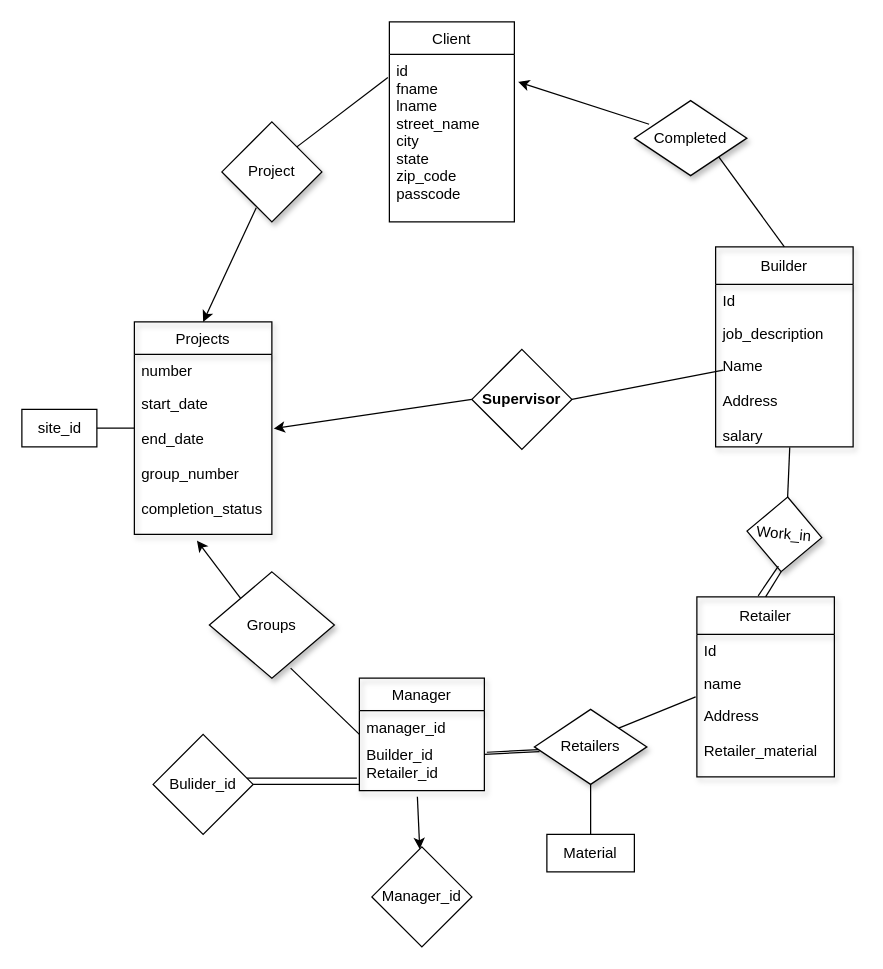
Above: ER.drawio in anjana02/Construction_Management_Project (draw.io), before the change. Source tidied: cells renumbered, new cells numbered last; positions are measured from the earlier drawing's top-left corner, leaving out a move shared by most shapes. Both pictures are drawn from the tidied source at 125%, with x=0, y=0 at pixel (21, 21).
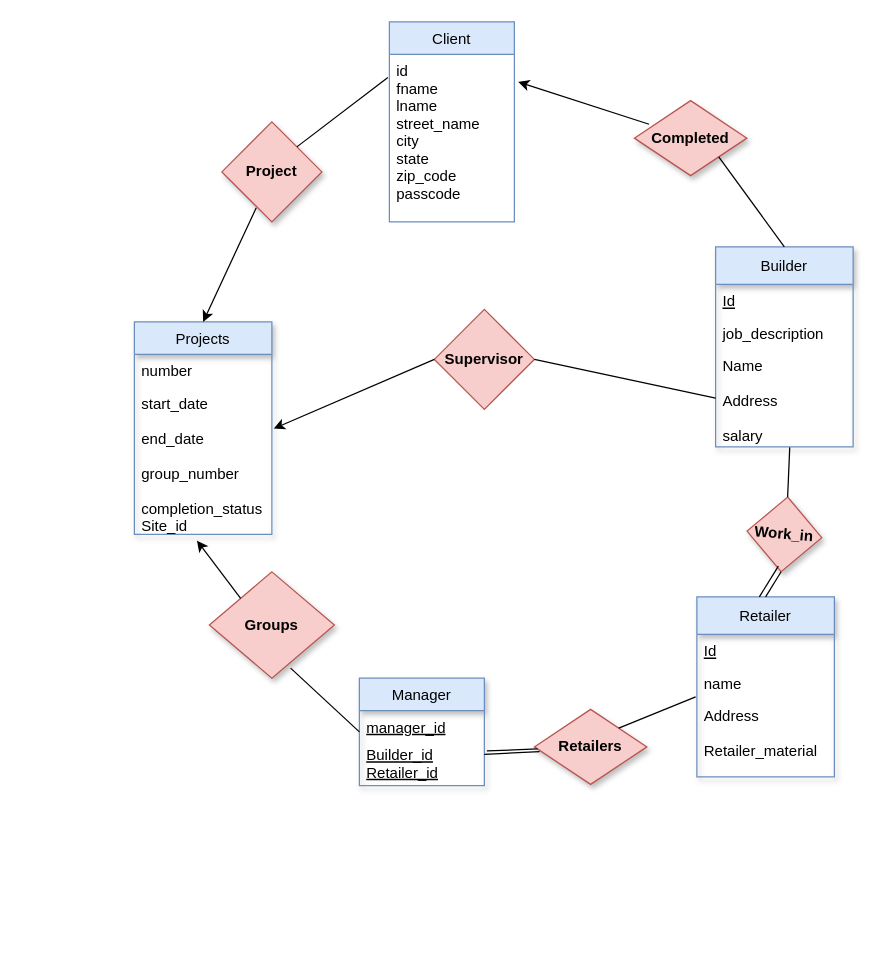
The same diagram, later.

Unchanged cells that the change refers to:
```xml
<mxCell id="7" value="Name&#10;&#10;Address&#10;&#10;salary&#10;&#10;" style="text;strokeColor=none;fillColor=none;align=left;verticalAlign=top;spacingLeft=4;spacingRight=4;overflow=hidden;points=[[0,0.5],[1,0.5]];portConstraint=eastwest;shadow=1;" parent="4" vertex="1">
  <mxGeometry y="82" width="110" height="78" as="geometry" />
</mxCell>
```

The edit, as a diff of the source:
```diff
@@
-    <mxCell id="2" value="Client" style="swimlane;fontStyle=0;horizontal=1;startSize=26;fillColor=none;" parent="1" vertex="1">
+    <mxCell id="2" value="Client" style="swimlane;fontStyle=0;horizontal=1;startSize=26;fillColor=#dae8fc;strokeColor=#6c8ebf;" parent="1" vertex="1">
       <mxGeometry x="294" width="100" height="160" as="geometry" />
     </mxCell>
@@
-    <mxCell id="4" value="Builder" style="swimlane;fontStyle=0;horizontal=1;startSize=30;fillColor=none;shadow=1;" parent="1" vertex="1">
+    <mxCell id="4" value="Builder" style="swimlane;fontStyle=0;horizontal=1;startSize=30;fillColor=#dae8fc;shadow=1;strokeColor=#6c8ebf;" parent="1" vertex="1">
       <mxGeometry x="555" y="180" width="110" height="160" as="geometry" />
     </mxCell>
-    <mxCell id="5" value="Id" style="text;strokeColor=none;fillColor=none;align=left;verticalAlign=top;spacingLeft=4;spacingRight=4;overflow=hidden;shadow=1;" parent="4" vertex="1">
+    <mxCell id="5" value="Id" style="text;strokeColor=none;fillColor=none;align=left;verticalAlign=top;spacingLeft=4;spacingRight=4;overflow=hidden;shadow=1;fontStyle=4;" parent="4" vertex="1">
       <mxGeometry y="30" width="110" height="26" as="geometry" />
     </mxCell>
@@
-    <mxCell id="8" value="Retailer" style="swimlane;fontStyle=0;horizontal=1;startSize=30;fillColor=none;shadow=1;" parent="1" vertex="1">
+    <mxCell id="8" value="Retailer" style="swimlane;fontStyle=0;horizontal=1;startSize=30;fillColor=#dae8fc;shadow=1;strokeColor=#6c8ebf;" parent="1" vertex="1">
       <mxGeometry x="540" y="460" width="110" height="144" as="geometry" />
     </mxCell>
-    <mxCell id="9" value="Id" style="text;strokeColor=none;fillColor=none;align=left;verticalAlign=top;spacingLeft=4;spacingRight=4;overflow=hidden;shadow=1;" parent="8" vertex="1">
+    <mxCell id="9" value="Id" style="text;strokeColor=none;fillColor=none;align=left;verticalAlign=top;spacingLeft=4;spacingRight=4;overflow=hidden;shadow=1;fontStyle=4;" parent="8" vertex="1">
       <mxGeometry y="30" width="110" height="26" as="geometry" />
     </mxCell>
@@
-    <mxCell id="12" value="Manager" style="swimlane;fontStyle=0;horizontal=1;startSize=26;fillColor=none;shadow=1;" parent="1" vertex="1">
-      <mxGeometry x="270" y="525" width="100" height="90" as="geometry" />
+    <mxCell id="12" value="Manager" style="swimlane;fontStyle=0;horizontal=1;startSize=26;fillColor=#dae8fc;shadow=1;strokeColor=#6c8ebf;" parent="1" vertex="1">
+      <mxGeometry x="270" y="525" width="100" height="86" as="geometry" />
     </mxCell>
-    <mxCell id="13" value="manager_id" style="text;strokeColor=none;fillColor=none;align=left;verticalAlign=top;spacingLeft=4;spacingRight=4;overflow=hidden;shadow=1;" parent="12" vertex="1">
+    <mxCell id="13" value="manager_id" style="text;strokeColor=none;fillColor=none;align=left;verticalAlign=top;spacingLeft=4;spacingRight=4;overflow=hidden;shadow=1;fontStyle=4;" parent="12" vertex="1">
       <mxGeometry y="26" width="100" height="22" as="geometry" />
     </mxCell>
-    <mxCell id="14" value="Builder_id&#10;Retailer_id" style="text;strokeColor=none;fillColor=none;align=left;verticalAlign=top;spacingLeft=4;spacingRight=4;overflow=hidden;points=[[0,0.5],[1,0.5]];portConstraint=eastwest;shadow=1;" parent="12" vertex="1">
-      <mxGeometry y="48" width="100" height="42" as="geometry" />
+    <mxCell id="14" value="Builder_id&#10;Retailer_id" style="text;strokeColor=none;fillColor=none;align=left;verticalAlign=top;spacingLeft=4;spacingRight=4;overflow=hidden;points=[[0,0.5],[1,0.5]];portConstraint=eastwest;shadow=1;fontStyle=4;" parent="12" vertex="1">
+      <mxGeometry y="48" width="100" height="38" as="geometry" />
     </mxCell>
-    <mxCell id="15" value="Retailers&lt;br&gt;" style="rhombus;whiteSpace=wrap;html=1;shadow=1;" parent="1" vertex="1">
+    <mxCell id="15" value="&lt;b&gt;Retailers&lt;/b&gt;" style="rhombus;whiteSpace=wrap;html=1;shadow=1;fillColor=#f8cecc;strokeColor=#b85450;" parent="1" vertex="1">
       <mxGeometry x="410" y="550" width="90" height="60" as="geometry" />
     </mxCell>
-    <mxCell id="16" value="Groups" style="rhombus;whiteSpace=wrap;html=1;shadow=1;" parent="1" vertex="1">
+    <mxCell id="16" value="&lt;b&gt;Groups&lt;/b&gt;" style="rhombus;whiteSpace=wrap;html=1;shadow=1;fillColor=#f8cecc;strokeColor=#b85450;" parent="1" vertex="1">
       <mxGeometry x="150" y="440" width="100" height="85" as="geometry" />
     </mxCell>
-    <mxCell id="17" value="Project" style="rhombus;whiteSpace=wrap;html=1;shadow=1;" parent="1" vertex="1">
+    <mxCell id="17" value="&lt;b&gt;Project&lt;/b&gt;" style="rhombus;whiteSpace=wrap;html=1;shadow=1;fillColor=#f8cecc;strokeColor=#b85450;" parent="1" vertex="1">
       <mxGeometry x="160" y="80" width="80" height="80" as="geometry" />
     </mxCell>
-    <mxCell id="18" value="Completed" style="rhombus;whiteSpace=wrap;html=1;shadow=1;rotation=0;" parent="1" vertex="1">
+    <mxCell id="18" value="&lt;b&gt;Completed&lt;/b&gt;" style="rhombus;whiteSpace=wrap;html=1;shadow=1;rotation=0;fillColor=#f8cecc;strokeColor=#b85450;" parent="1" vertex="1">
       <mxGeometry x="490" y="63" width="90" height="60" as="geometry" />
     </mxCell>
-    <mxCell id="19" value="Work_in" style="rhombus;whiteSpace=wrap;html=1;shadow=1;rotation=5;" parent="1" vertex="1">
+    <mxCell id="19" value="&lt;b&gt;Work_in&lt;/b&gt;" style="rhombus;whiteSpace=wrap;html=1;shadow=1;rotation=5;fillColor=#f8cecc;strokeColor=#b85450;" parent="1" vertex="1">
       <mxGeometry x="580" y="380" width="60" height="60" as="geometry" />
     </mxCell>
-    <mxCell id="20" value="Projects" style="swimlane;fontStyle=0;horizontal=1;startSize=26;fillColor=none;shadow=1;" parent="1" vertex="1">
+    <mxCell id="20" value="Projects" style="swimlane;fontStyle=0;horizontal=1;startSize=26;fillColor=#dae8fc;shadow=1;strokeColor=#6c8ebf;" parent="1" vertex="1">
       <mxGeometry x="90" y="240" width="110" height="170" as="geometry" />
     </mxCell>
@@
-    <mxCell id="22" value="start_date&#10;&#10;end_date&#10;&#10;group_number&#10;&#10;completion_status" style="text;strokeColor=none;fillColor=none;align=left;verticalAlign=top;spacingLeft=4;spacingRight=4;overflow=hidden;points=[[0,0.5],[1,0.5]];portConstraint=eastwest;shadow=1;" parent="20" vertex="1">
+    <mxCell id="22" value="start_date&#10;&#10;end_date&#10;&#10;group_number&#10;&#10;completion_status&#10;Site_id" style="text;strokeColor=none;fillColor=none;align=left;verticalAlign=top;spacingLeft=4;spacingRight=4;overflow=hidden;points=[[0,0.5],[1,0.5]];portConstraint=eastwest;shadow=1;" parent="20" vertex="1">
       <mxGeometry y="52" width="110" height="118" as="geometry" />
     </mxCell>
@@
-    <mxCell id="33" style="endArrow=none;html=1;rounded=0;exitX=0.457;exitY=0.928;exitDx=0;exitDy=0;exitPerimeter=0;entryX=0.446;entryY=-0.006;entryDx=0;entryDy=0;entryPerimeter=0;" parent="1" edge="1" source="19" target="8">
-      <mxGeometry relative="1" as="geometry" />
+    <mxCell id="33" style="endArrow=none;html=1;rounded=0;exitX=0.457;exitY=0.928;exitDx=0;exitDy=0;exitPerimeter=0;" parent="1" edge="1" source="19">
+      <mxGeometry relative="1" as="geometry">
+        <mxPoint x="590" y="460" as="targetPoint" />
+      </mxGeometry>
     </mxCell>
-    <mxCell id="34" value="&lt;b&gt;Supervisor&lt;/b&gt;" style="rhombus;whiteSpace=wrap;html=1;rotation=0;" parent="1" vertex="1">
-      <mxGeometry x="360" y="262" width="80" height="80" as="geometry" />
+    <mxCell id="34" value="&lt;b&gt;Supervisor&lt;/b&gt;" style="rhombus;whiteSpace=wrap;html=1;rotation=0;fillColor=#f8cecc;strokeColor=#b85450;" parent="1" vertex="1">
+      <mxGeometry x="330" y="230" width="80" height="80" as="geometry" />
     </mxCell>
@@
-    <mxCell id="36" style="endArrow=none;html=1;rounded=0;exitX=1;exitY=0.5;exitDx=0;exitDy=0;entryX=0.055;entryY=0.213;entryDx=0;entryDy=0;entryPerimeter=0;" parent="1" edge="1" source="34" target="7">
+    <mxCell id="36" style="endArrow=none;html=1;rounded=0;exitX=1;exitY=0.5;exitDx=0;exitDy=0;entryX=0;entryY=0.5;entryDx=0;entryDy=0;" parent="1" edge="1" source="34" target="7">
       <mxGeometry relative="1" as="geometry" />
     </mxCell>
-    <mxCell id="37" value="Bulider_id" style="rhombus;whiteSpace=wrap;html=1;" parent="1" vertex="1">
-      <mxGeometry x="105" y="570" width="80" height="80" as="geometry" />
-    </mxCell>
-    <mxCell id="38" value="Manager_id" style="rhombus;whiteSpace=wrap;html=1;" parent="1" vertex="1">
-      <mxGeometry x="280" y="660" width="80" height="80" as="geometry" />
-    </mxCell>
-    <mxCell id="39" style="endArrow=none;html=1;rounded=0;exitX=1;exitY=0.5;exitDx=0;exitDy=0;" parent="1" edge="1" source="37">
-      <mxGeometry relative="1" as="geometry">
-        <mxPoint x="270" y="610" as="targetPoint" />
-      </mxGeometry>
-    </mxCell>
-    <mxCell id="40" style="endArrow=none;html=1;rounded=0;entryX=-0.02;entryY=0.762;entryDx=0;entryDy=0;entryPerimeter=0;" parent="1" edge="1" target="14">
-      <mxGeometry relative="1" as="geometry">
-        <mxPoint x="180" y="605" as="sourcePoint" />
-      </mxGeometry>
-    </mxCell>
@@
-    <mxCell id="42" value="site_id" style="html=1;" parent="1" vertex="1">
-      <mxGeometry y="310" width="60" height="30" as="geometry" />
-    </mxCell>
-    <mxCell id="43" style="endArrow=none;html=1;rounded=0;exitX=1;exitY=0.5;exitDx=0;exitDy=0;" parent="1" edge="1" source="42">
-      <mxGeometry relative="1" as="geometry">
-        <mxPoint x="90" y="325" as="targetPoint" />
-      </mxGeometry>
-    </mxCell>
-    <mxCell id="44" value="Material" style="rounded=0;whiteSpace=wrap;html=1;" parent="1" vertex="1">
-      <mxGeometry x="420" y="650" width="70" height="30" as="geometry" />
-    </mxCell>
-    <mxCell id="45" style="endArrow=none;html=1;rounded=0;exitX=0.5;exitY=0;exitDx=0;exitDy=0;entryX=0.5;entryY=1;entryDx=0;entryDy=0;" parent="1" edge="1" source="44" target="15">
-      <mxGeometry relative="1" as="geometry" />
-    </mxCell>
-    <mxCell id="46" style="endArrow=classic;html=1;rounded=0;exitX=0.464;exitY=1.115;exitDx=0;exitDy=0;exitPerimeter=0;" parent="1" edge="1" source="14" target="38">
-      <mxGeometry relative="1" as="geometry" />
-    </mxCell>
```
